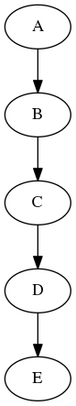
ltch23/EDA-Lab keeps this Graphviz diagram as CVS/graph.png. Above is the earlier version. Its source is kept beside it as CVS/graph.dot.
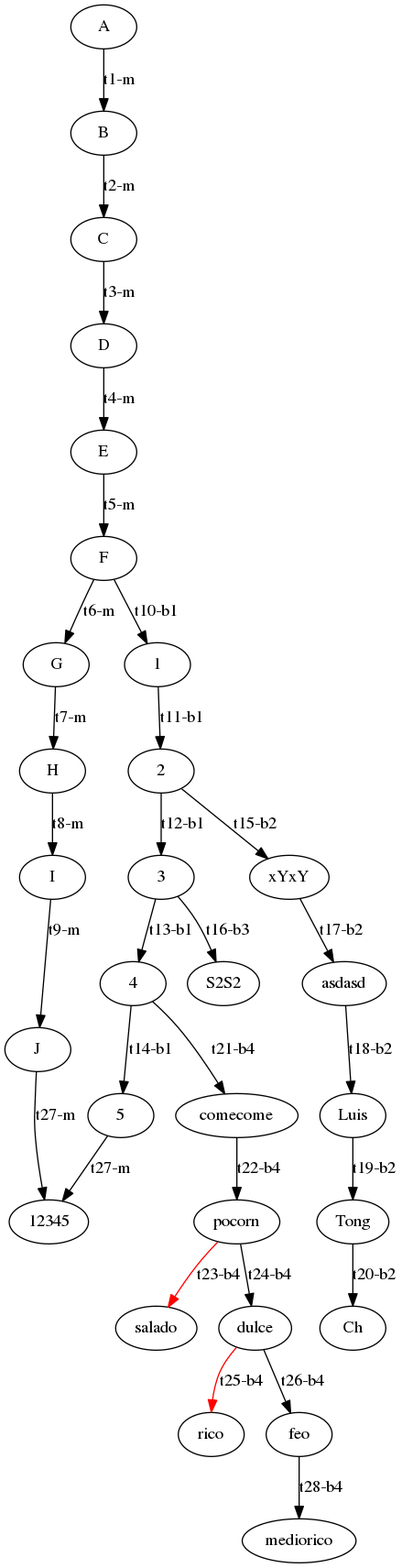
Later version of the same file.

What changed in the source:
```diff
@@ -1,6 +1,31 @@
 digraph G{
-A -> B;
-B -> C;
-C -> D;
-D -> E;
+A -> B[label="t1-m"];
+B -> C[label="t2-m"];
+C -> D[label="t3-m"];
+D -> E[label="t4-m"];
+E -> F[label="t5-m"];
+F -> G[label="t6-m"];
+G -> H[label="t7-m"];
+H -> I[label="t8-m"];
+I -> J[label="t9-m"];
+F -> 1[label="t10-b1"];
+1 -> 2[label="t11-b1"];
+2 -> 3[label="t12-b1"];
+3 -> 4[label="t13-b1"];
+4 -> 5[label="t14-b1"];
+2 -> xYxY[label="t15-b2"];
+3 -> S2S2[label="t16-b3"];
+xYxY -> asdasd[label="t17-b2"];
+asdasd -> Luis[label="t18-b2"];
+Luis -> Tong[label="t19-b2"];
+Tong -> Ch[label="t20-b2"];
+4 -> comecome[label="t21-b4"];
+comecome -> pocorn[label="t22-b4"];
+pocorn -> salado[color=red,label="t23-b4"];
+pocorn -> dulce[label="t24-b4"];
+dulce -> rico[color=red,label="t25-b4"];
+dulce -> feo[label="t26-b4"];
+J -> 12345[label="t27-m"];
+5 -> 12345[label="t27-m"];
+feo -> mediorico[label="t28-b4"];
 }
```
